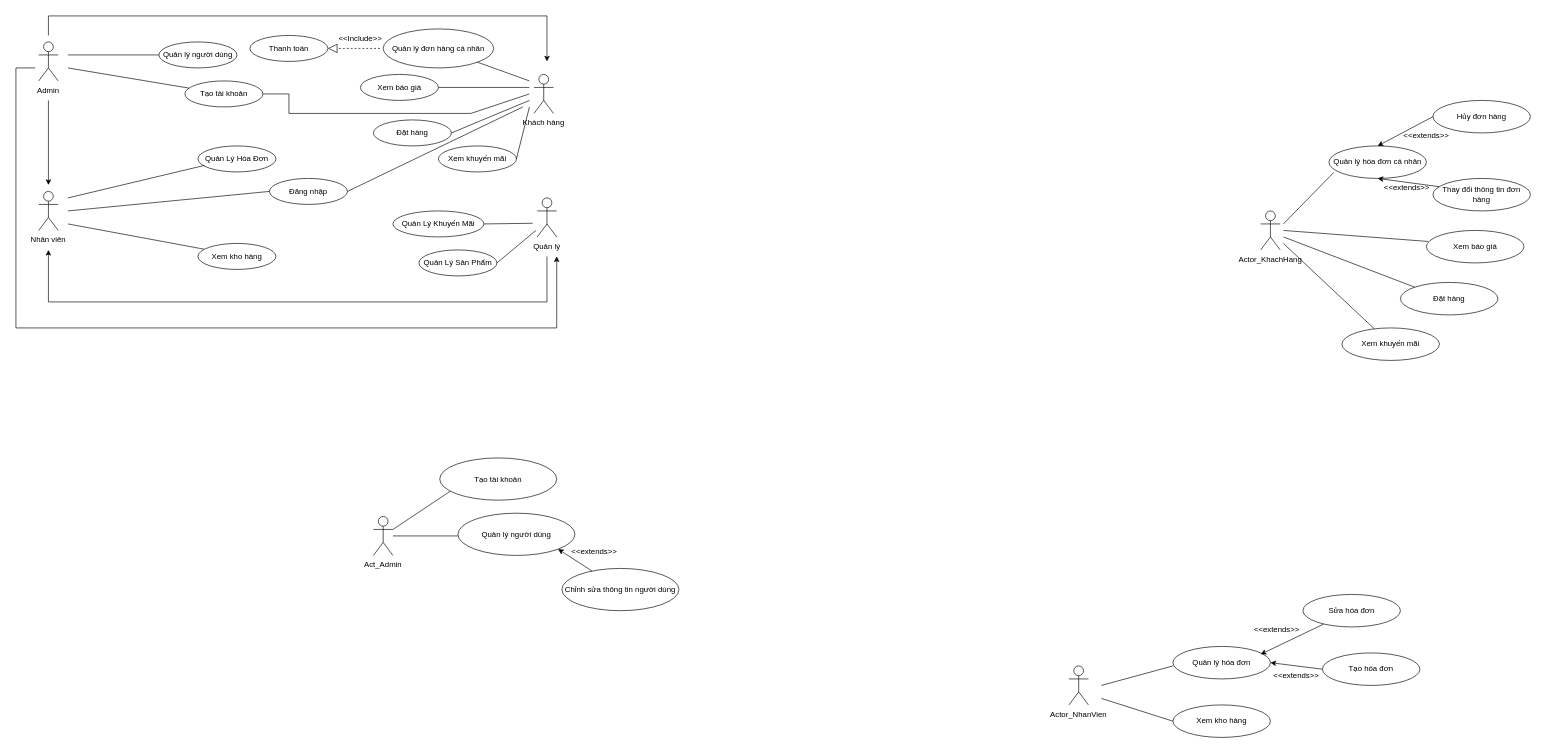
This is Biểu đồ không có tiêu đề.drawio from ChauCongTu/thiet-ke-linh-tinh, a draw.io file, before an edit. Source tidied: cells renumbered, new cells numbered last; positions are measured from the earlier drawing's top-left corner, leaving out a move shared by most shapes. Both pictures are drawn from the tidied source at 65%, with x=0, y=0 at pixel (16, 16).
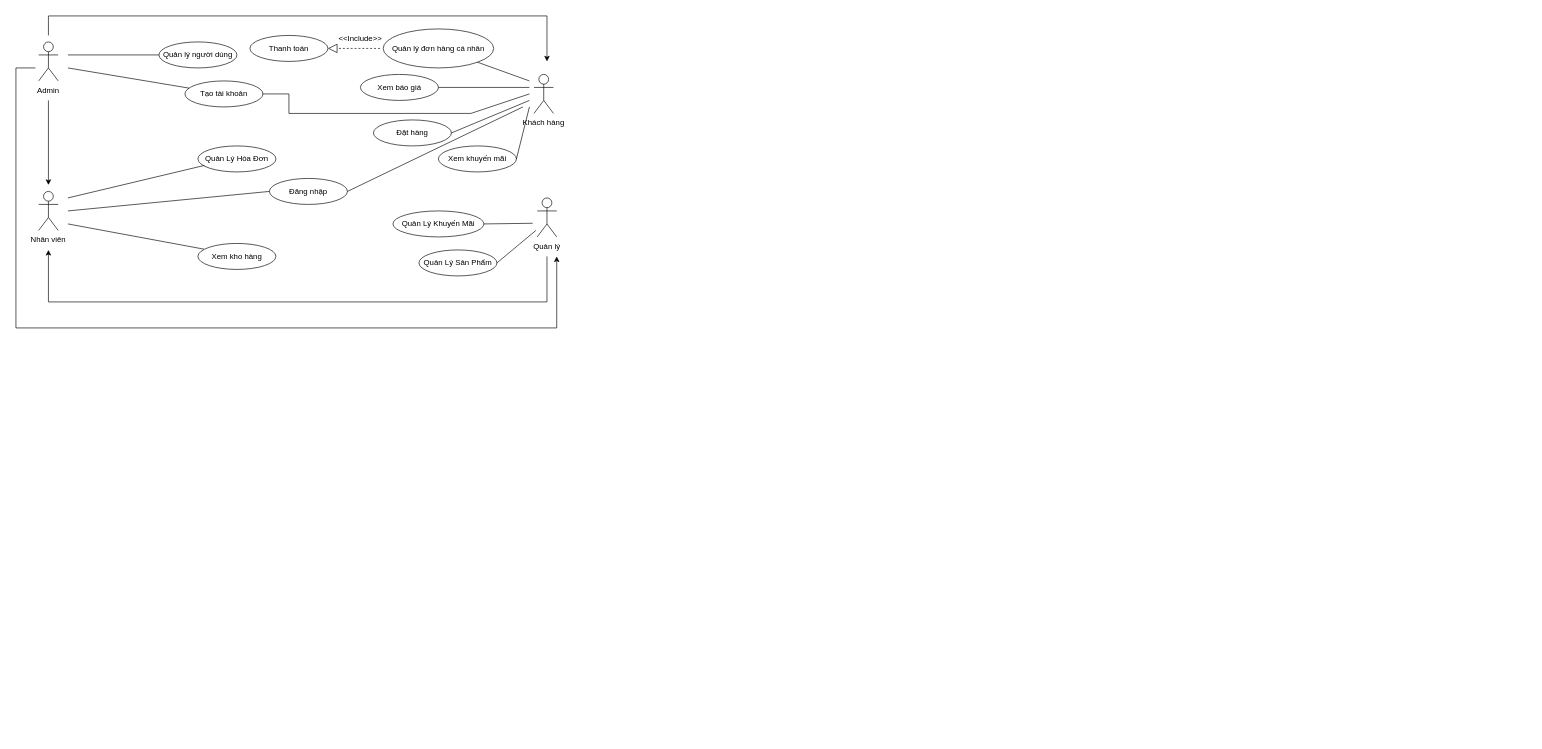
Above is the later version.

Commit message:
Cập nhật Biểu đồ không có tiêu đề.drawio

Change to the diagram source:
```diff
@@
-    <mxCell id="41" value="Actor" style="shape=umlActor;verticalLabelPosition=bottom;verticalAlign=top;html=1;outlineConnect=0;noLabel=1;" parent="1" vertex="1">
-      <mxGeometry x="550" y="770" width="30" height="60" as="geometry" />
-    </mxCell>
-    <mxCell id="42" value="Quản lý người dùng" style="ellipse;whiteSpace=wrap;html=1;" parent="1" vertex="1">
-      <mxGeometry x="680" y="765" width="180" height="65" as="geometry" />
-    </mxCell>
-    <mxCell id="43" style="endArrow=none;html=1;rounded=0;" parent="1" edge="1" source="41">
-      <mxGeometry relative="1" as="geometry">
-        <mxPoint x="680" y="800" as="targetPoint" />
-      </mxGeometry>
-    </mxCell>
-    <mxCell id="44" value="Chỉnh sửa thông tin người dùng" style="ellipse;whiteSpace=wrap;html=1;" parent="1" vertex="1">
-      <mxGeometry x="840" y="850" width="180" height="65" as="geometry" />
-    </mxCell>
-    <mxCell id="45" value="Act_Admin" style="text;html=1;strokeColor=none;fillColor=none;align=center;verticalAlign=middle;whiteSpace=wrap;rounded=0;" parent="1" vertex="1">
-      <mxGeometry x="535" y="830" width="60" height="30" as="geometry" />
-    </mxCell>
-    <mxCell id="46" style="endArrow=none;html=1;rounded=0;exitX=1;exitY=0.3333333333333333;exitDx=0;exitDy=0;exitPerimeter=0;" parent="1" edge="1" source="41">
-      <mxGeometry relative="1" as="geometry">
-        <mxPoint x="670" y="730" as="targetPoint" />
-      </mxGeometry>
-    </mxCell>
-    <mxCell id="47" value="Tạo tài khoản" style="ellipse;whiteSpace=wrap;html=1;" parent="1" vertex="1">
-      <mxGeometry x="652" y="680" width="180" height="65" as="geometry" />
-    </mxCell>
-    <mxCell id="48" value="Actor" style="shape=umlActor;verticalLabelPosition=bottom;verticalAlign=top;html=1;noLabel=1;" parent="1" vertex="1">
-      <mxGeometry x="1620" y="1000" width="30" height="60" as="geometry" />
-    </mxCell>
-    <mxCell id="49" value="Actor_NhanVien" style="text;html=1;strokeColor=none;fillColor=none;align=center;verticalAlign=middle;whiteSpace=wrap;rounded=0;" parent="1" vertex="1">
-      <mxGeometry x="1605" y="1060" width="60" height="30" as="geometry" />
-    </mxCell>
-    <mxCell id="50" value="Quản lý hóa đơn" style="ellipse;whiteSpace=wrap;html=1;" parent="1" vertex="1">
-      <mxGeometry x="1780" y="970" width="150" height="50" as="geometry" />
-    </mxCell>
-    <mxCell id="51" value="Xem kho hàng" style="ellipse;whiteSpace=wrap;html=1;" parent="1" vertex="1">
-      <mxGeometry x="1780" y="1060" width="150" height="50" as="geometry" />
-    </mxCell>
-    <mxCell id="52" style="endArrow=none;html=1;rounded=0;" parent="1" edge="1">
-      <mxGeometry relative="1" as="geometry">
-        <mxPoint x="1670" y="1030" as="sourcePoint" />
-        <mxPoint x="1780" y="1000" as="targetPoint" />
-      </mxGeometry>
-    </mxCell>
-    <mxCell id="53" style="endArrow=none;html=1;rounded=0;entryX=0;entryY=0.5;entryDx=0;entryDy=0;" parent="1" edge="1" target="51">
-      <mxGeometry relative="1" as="geometry">
-        <mxPoint x="1670" y="1050" as="sourcePoint" />
-      </mxGeometry>
-    </mxCell>
-    <mxCell id="54" value="Tạo hóa đơn" style="ellipse;whiteSpace=wrap;html=1;" parent="1" vertex="1">
-      <mxGeometry x="2010" y="980" width="150" height="50" as="geometry" />
-    </mxCell>
-    <mxCell id="55" value="Sửa hóa đơn" style="ellipse;whiteSpace=wrap;html=1;" parent="1" vertex="1">
-      <mxGeometry x="1980" y="890" width="150" height="50" as="geometry" />
-    </mxCell>
-    <mxCell id="56" style="endArrow=classic;html=1;rounded=0;entryX=1;entryY=1;entryDx=0;entryDy=0;" parent="1" edge="1" source="44" target="42">
-      <mxGeometry relative="1" as="geometry" />
-    </mxCell>
-    <mxCell id="57" value="&amp;lt;&amp;lt;extends&amp;gt;&amp;gt;" style="text;html=1;strokeColor=none;fillColor=none;align=center;verticalAlign=middle;whiteSpace=wrap;rounded=0;" parent="1" vertex="1">
-      <mxGeometry x="860" y="810" width="60" height="30" as="geometry" />
-    </mxCell>
-    <mxCell id="58" style="endArrow=classic;html=1;rounded=0;entryX=0.9;entryY=0.241;entryDx=0;entryDy=0;entryPerimeter=0;" parent="1" edge="1" source="55" target="50">
-      <mxGeometry relative="1" as="geometry" />
-    </mxCell>
-    <mxCell id="59" value="&amp;lt;&amp;lt;extends&amp;gt;&amp;gt;" style="text;html=1;strokeColor=none;fillColor=none;align=center;verticalAlign=middle;whiteSpace=wrap;rounded=0;" parent="1" vertex="1">
-      <mxGeometry x="1910" y="930" width="60" height="30" as="geometry" />
-    </mxCell>
-    <mxCell id="60" style="endArrow=classic;html=1;rounded=0;exitX=0;exitY=0.5;exitDx=0;exitDy=0;entryX=1;entryY=0.5;entryDx=0;entryDy=0;" parent="1" edge="1" source="54" target="50">
-      <mxGeometry relative="1" as="geometry" />
-    </mxCell>
-    <mxCell id="61" value="&amp;lt;&amp;lt;extends&amp;gt;&amp;gt;" style="text;html=1;strokeColor=none;fillColor=none;align=center;verticalAlign=middle;whiteSpace=wrap;rounded=0;" parent="1" vertex="1">
-      <mxGeometry x="1940" y="1000" width="60" height="30" as="geometry" />
-    </mxCell>
-    <mxCell id="62" value="Actor" style="shape=umlActor;verticalLabelPosition=bottom;verticalAlign=top;html=1;noLabel=1;" parent="1" vertex="1">
-      <mxGeometry x="1915" y="300" width="30" height="60" as="geometry" />
-    </mxCell>
-    <mxCell id="63" value="Actor_KhachHang" style="text;html=1;strokeColor=none;fillColor=none;align=center;verticalAlign=middle;whiteSpace=wrap;rounded=0;" parent="1" vertex="1">
-      <mxGeometry x="1900" y="360" width="60" height="30" as="geometry" />
-    </mxCell>
-    <mxCell id="64" value="Quản lý hóa đơn cá nhân" style="ellipse;whiteSpace=wrap;html=1;" parent="1" vertex="1">
-      <mxGeometry x="2020" y="200" width="150" height="50" as="geometry" />
-    </mxCell>
-    <mxCell id="65" value="Xem báo giá" style="ellipse;whiteSpace=wrap;html=1;" parent="1" vertex="1">
-      <mxGeometry x="2170" y="330" width="150" height="50" as="geometry" />
-    </mxCell>
-    <mxCell id="66" value="Đặt hàng" style="ellipse;whiteSpace=wrap;html=1;" parent="1" vertex="1">
-      <mxGeometry x="2130" y="410" width="150" height="50" as="geometry" />
-    </mxCell>
-    <mxCell id="67" value="Xem khuyến mãi" style="ellipse;whiteSpace=wrap;html=1;" parent="1" vertex="1">
-      <mxGeometry x="2040" y="480" width="150" height="50" as="geometry" />
-    </mxCell>
-    <mxCell id="68" value="Thay đổi thông tin đơn hàng" style="ellipse;whiteSpace=wrap;html=1;" parent="1" vertex="1">
-      <mxGeometry x="2180" y="250" width="150" height="50" as="geometry" />
-    </mxCell>
-    <mxCell id="69" value="Hủy đơn hàng" style="ellipse;whiteSpace=wrap;html=1;" parent="1" vertex="1">
-      <mxGeometry x="2180" y="130" width="150" height="50" as="geometry" />
-    </mxCell>
-    <mxCell id="70" style="endArrow=classic;html=1;rounded=0;exitX=0.063;exitY=0.254;exitDx=0;exitDy=0;exitPerimeter=0;entryX=0.5;entryY=1;entryDx=0;entryDy=0;" parent="1" edge="1" source="68" target="64">
-      <mxGeometry relative="1" as="geometry" />
-    </mxCell>
-    <mxCell id="71" style="endArrow=classic;html=1;rounded=0;exitX=0;exitY=0.5;exitDx=0;exitDy=0;entryX=0.5;entryY=0;entryDx=0;entryDy=0;" parent="1" edge="1" source="69" target="64">
-      <mxGeometry relative="1" as="geometry" />
-    </mxCell>
-    <mxCell id="72" style="endArrow=none;html=1;rounded=0;entryX=0.051;entryY=0.811;entryDx=0;entryDy=0;entryPerimeter=0;" parent="1" edge="1" target="64">
-      <mxGeometry relative="1" as="geometry">
-        <mxPoint x="1950" y="320" as="sourcePoint" />
-      </mxGeometry>
-    </mxCell>
-    <mxCell id="73" style="endArrow=none;html=1;rounded=0;entryX=0;entryY=0;entryDx=0;entryDy=0;" parent="1" edge="1" target="66">
-      <mxGeometry relative="1" as="geometry">
-        <mxPoint x="1950" y="340" as="sourcePoint" />
-      </mxGeometry>
-    </mxCell>
-    <mxCell id="74" style="endArrow=none;html=1;rounded=0;entryX=0.019;entryY=0.34;entryDx=0;entryDy=0;entryPerimeter=0;" parent="1" edge="1" target="65">
-      <mxGeometry relative="1" as="geometry">
-        <mxPoint x="1950" y="330" as="sourcePoint" />
-      </mxGeometry>
-    </mxCell>
-    <mxCell id="75" style="endArrow=none;html=1;rounded=0;" parent="1" edge="1" source="67">
-      <mxGeometry relative="1" as="geometry">
-        <mxPoint x="1950" y="350" as="targetPoint" />
-      </mxGeometry>
-    </mxCell>
-    <mxCell id="76" value="&amp;lt;&amp;lt;extends&amp;gt;&amp;gt;" style="text;html=1;strokeColor=none;fillColor=none;align=center;verticalAlign=middle;whiteSpace=wrap;rounded=0;" parent="1" vertex="1">
-      <mxGeometry x="2110" y="250" width="60" height="30" as="geometry" />
-    </mxCell>
-    <mxCell id="77" value="&amp;lt;&amp;lt;extends&amp;gt;&amp;gt;" style="text;html=1;strokeColor=none;fillColor=none;align=center;verticalAlign=middle;whiteSpace=wrap;rounded=0;" parent="1" vertex="1">
-      <mxGeometry x="2140" y="170" width="60" height="30" as="geometry" />
-    </mxCell>
```
